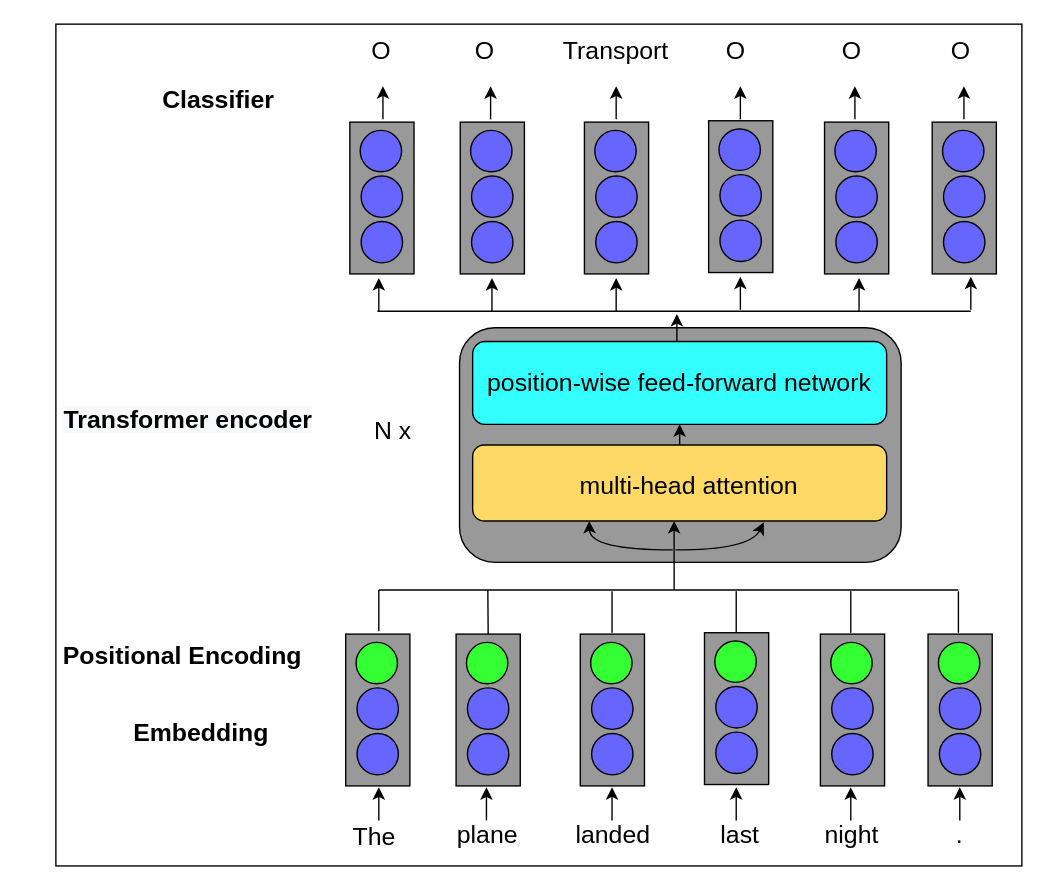
Before: transformer network.drawio in gitofding/first_repository, a draw.io diagram. Source tidied: cells renumbered, new cells numbered last; positions are measured from the earlier drawing's top-left corner, leaving out a move shared by most shapes. Both pictures are drawn from the tidied source at 138%, with x=0, y=0 at pixel (23, 23).
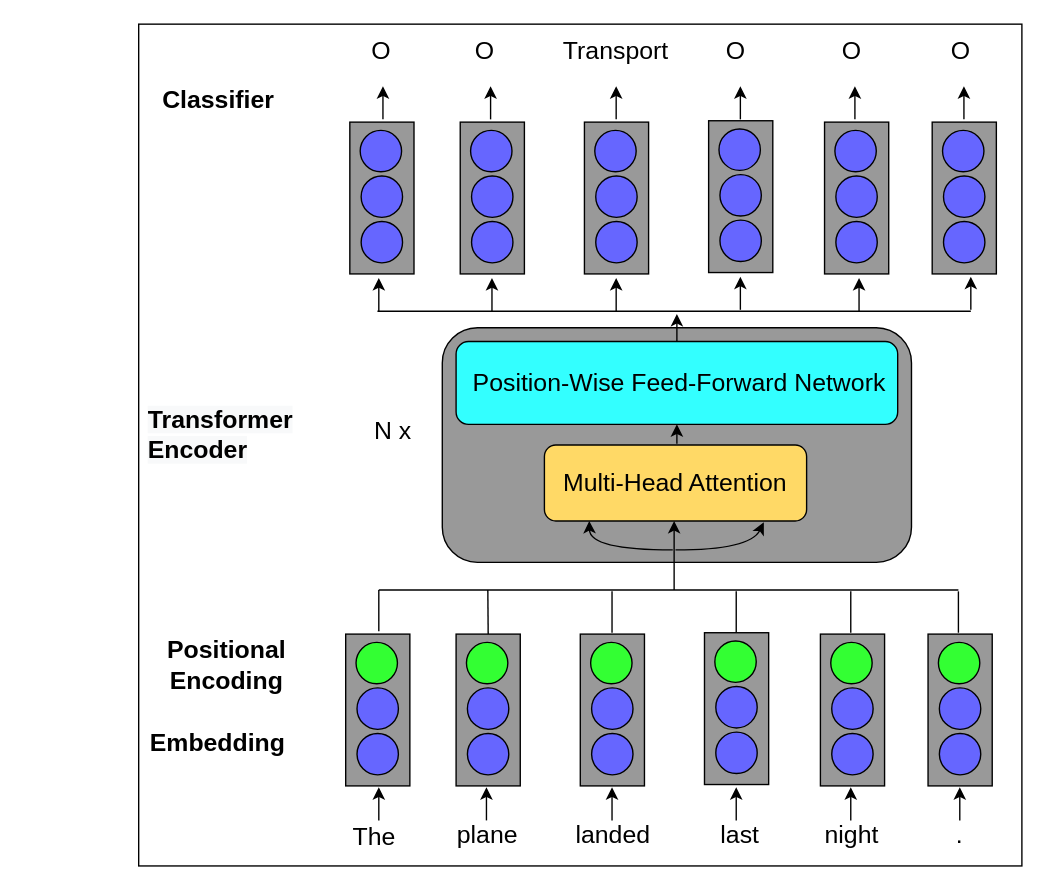
Above is the later version.

Change to the diagram source:
```diff
@@
     <mxCell id="2" style="rounded=1;whiteSpace=wrap;html=1;fillColor=#999999;" parent="1" vertex="1">
-      <mxGeometry x="315.5" y="220" width="320" height="170" as="geometry" />
+      <mxGeometry x="303" y="220" width="340" height="170" as="geometry" />
     </mxCell>
@@
-    <mxCell id="40" value="&lt;b style=&quot;color: rgb(0 , 0 , 0) ; font-family: &amp;#34;helvetica&amp;#34; ; font-size: 18px ; font-style: normal ; letter-spacing: normal ; text-align: center ; text-indent: 0px ; text-transform: none ; word-spacing: 0px ; background-color: rgb(248 , 249 , 250)&quot;&gt;Transformer encoder&lt;/b&gt;" style="text;whiteSpace=wrap;html=1;" parent="1" vertex="1">
-      <mxGeometry x="27" y="270" width="203" height="62.5" as="geometry" />
+    <mxCell id="40" value="&lt;b style=&quot;color: rgb(0 , 0 , 0) ; font-family: &amp;#34;helvetica&amp;#34; ; font-size: 18px ; font-style: normal ; letter-spacing: normal ; text-align: center ; text-indent: 0px ; text-transform: none ; word-spacing: 0px ; background-color: rgb(248 , 249 , 250)&quot;&gt;Transformer Encoder&lt;/b&gt;" style="text;whiteSpace=wrap;html=1;" parent="1" vertex="1">
+      <mxGeometry x="88" y="270" width="106" height="62.5" as="geometry" />
     </mxCell>
@@
-    <mxCell id="53" value="&lt;font style=&quot;font-size: 18px&quot;&gt;&lt;b&gt;Positional Encoding&lt;/b&gt;&lt;/font&gt;" style="text;html=1;strokeColor=none;fillColor=none;align=center;verticalAlign=middle;whiteSpace=wrap;rounded=0;" parent="1" vertex="1">
-      <mxGeometry y="448" width="230" height="20" as="geometry" />
+    <mxCell id="53" value="&lt;font style=&quot;font-size: 18px&quot;&gt;&lt;b&gt;Positional &lt;br&gt;Encoding&lt;/b&gt;&lt;/font&gt;" style="text;html=1;strokeColor=none;fillColor=none;align=center;verticalAlign=middle;whiteSpace=wrap;rounded=0;" parent="1" vertex="1">
+      <mxGeometry x="101" y="448" width="92" height="33" as="geometry" />
     </mxCell>
@@
     <mxCell id="55" style="rounded=1;whiteSpace=wrap;html=1;fillColor=#33FFFF;" parent="1" vertex="1">
-      <mxGeometry x="325" y="230" width="300" height="60" as="geometry" />
+      <mxGeometry x="313" y="230" width="320" height="60" as="geometry" />
     </mxCell>
     <mxCell id="56" style="rounded=1;whiteSpace=wrap;html=1;fillColor=#FFD966;" parent="1" vertex="1">
-      <mxGeometry x="325" y="305" width="300" height="55" as="geometry" />
+      <mxGeometry x="377" y="305" width="190" height="55" as="geometry" />
     </mxCell>
-    <mxCell id="57" value="&lt;font style=&quot;font-size: 18px&quot;&gt;position-wise feed-forward network&lt;/font&gt;" style="text;html=1;strokeColor=none;fillColor=none;align=center;verticalAlign=middle;whiteSpace=wrap;rounded=0;" parent="1" vertex="1">
-      <mxGeometry x="325" y="250" width="300" height="20" as="geometry" />
+    <mxCell id="57" value="&lt;font style=&quot;font-size: 18px&quot;&gt;Position-Wise Feed-Forward Network&lt;/font&gt;" style="text;html=1;strokeColor=none;fillColor=none;align=center;verticalAlign=middle;whiteSpace=wrap;rounded=0;" parent="1" vertex="1">
+      <mxGeometry x="321" y="250" width="308" height="20" as="geometry" />
     </mxCell>
-    <mxCell id="58" value="&lt;font style=&quot;font-size: 18px&quot;&gt;multi-head attention&lt;/font&gt;" style="text;html=1;strokeColor=none;fillColor=none;align=center;verticalAlign=middle;whiteSpace=wrap;rounded=0;" parent="1" vertex="1">
-      <mxGeometry x="382" y="325" width="200" height="20" as="geometry" />
+    <mxCell id="58" value="&lt;font style=&quot;font-size: 18px&quot;&gt;Multi-Head Attention&lt;/font&gt;" style="text;html=1;strokeColor=none;fillColor=none;align=center;verticalAlign=middle;whiteSpace=wrap;rounded=0;" parent="1" vertex="1">
+      <mxGeometry x="383" y="322.5" width="178" height="20" as="geometry" />
     </mxCell>
-    <mxCell id="59" style="endArrow=classic;html=1;entryX=0.5;entryY=1;entryDx=0;entryDy=0;exitX=0.5;exitY=0;exitDx=0;exitDy=0;" parent="1" edge="1" source="56" target="55">
-      <mxGeometry relative="1" as="geometry" />
-    </mxCell>
@@
     <mxCell id="62" style="rounded=0;whiteSpace=wrap;html=1;fillColor=none;" parent="1" vertex="1">
-      <mxGeometry x="23" width="700" height="610" as="geometry" />
+      <mxGeometry x="83" width="640" height="610" as="geometry" />
     </mxCell>
@@
     <mxCell id="66" value="&lt;font style=&quot;font-size: 18px&quot;&gt;&lt;b&gt;Embedding&lt;/b&gt;&lt;/font&gt;" style="text;html=1;strokeColor=none;fillColor=none;align=center;verticalAlign=middle;whiteSpace=wrap;rounded=0;" parent="1" vertex="1">
-      <mxGeometry x="72" y="504" width="113" height="20" as="geometry" />
+      <mxGeometry x="88" y="511" width="105" height="20" as="geometry" />
     </mxCell>
@@
+    <mxCell id="104" style="endArrow=classic;html=1;" parent="1" edge="1">
+      <mxGeometry relative="1" as="geometry">
+        <mxPoint x="473" y="304" as="sourcePoint" />
+        <mxPoint x="473" y="290" as="targetPoint" />
+      </mxGeometry>
+    </mxCell>
```
